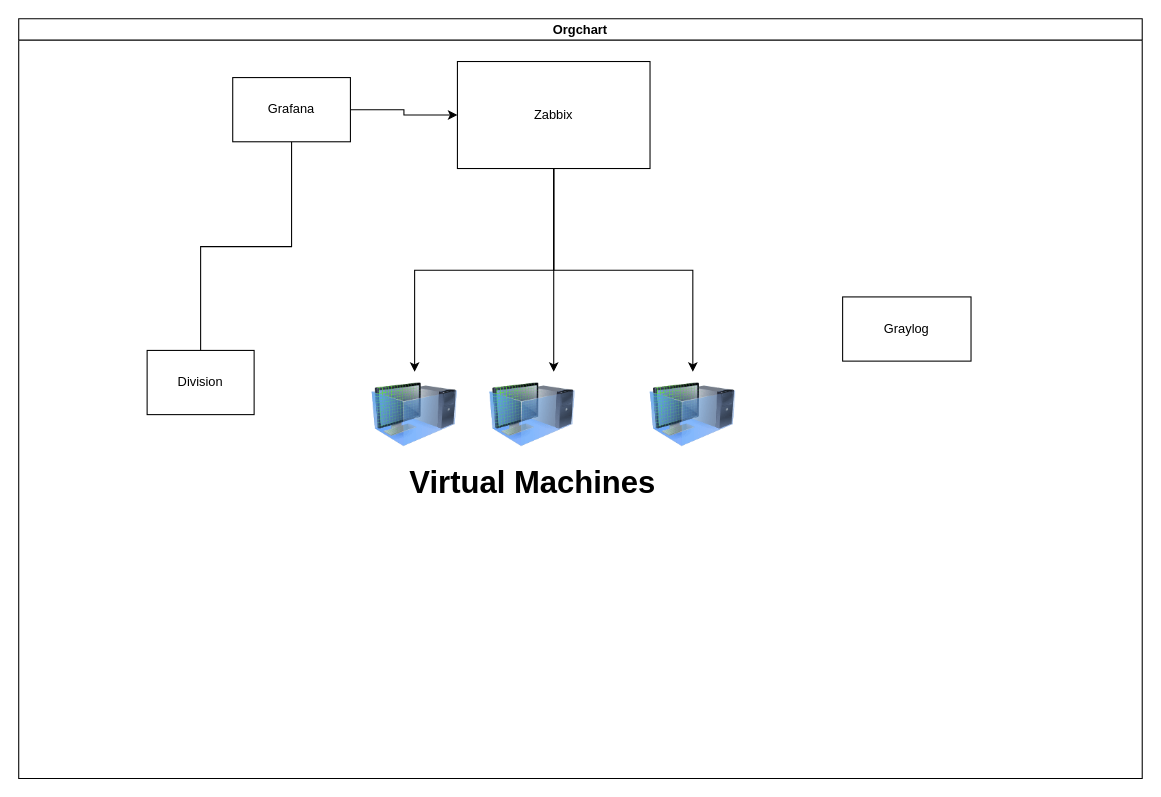
Above: Untitled Diagram.drawio in wesleysilva3310/lab (draw.io), before the change. Source tidied: cells renumbered, new cells numbered last; positions are measured from the earlier drawing's top-left corner, leaving out a move shared by most shapes. Both pictures are drawn from the tidied source at 107%, with x=0, y=0 at pixel (18, 18).
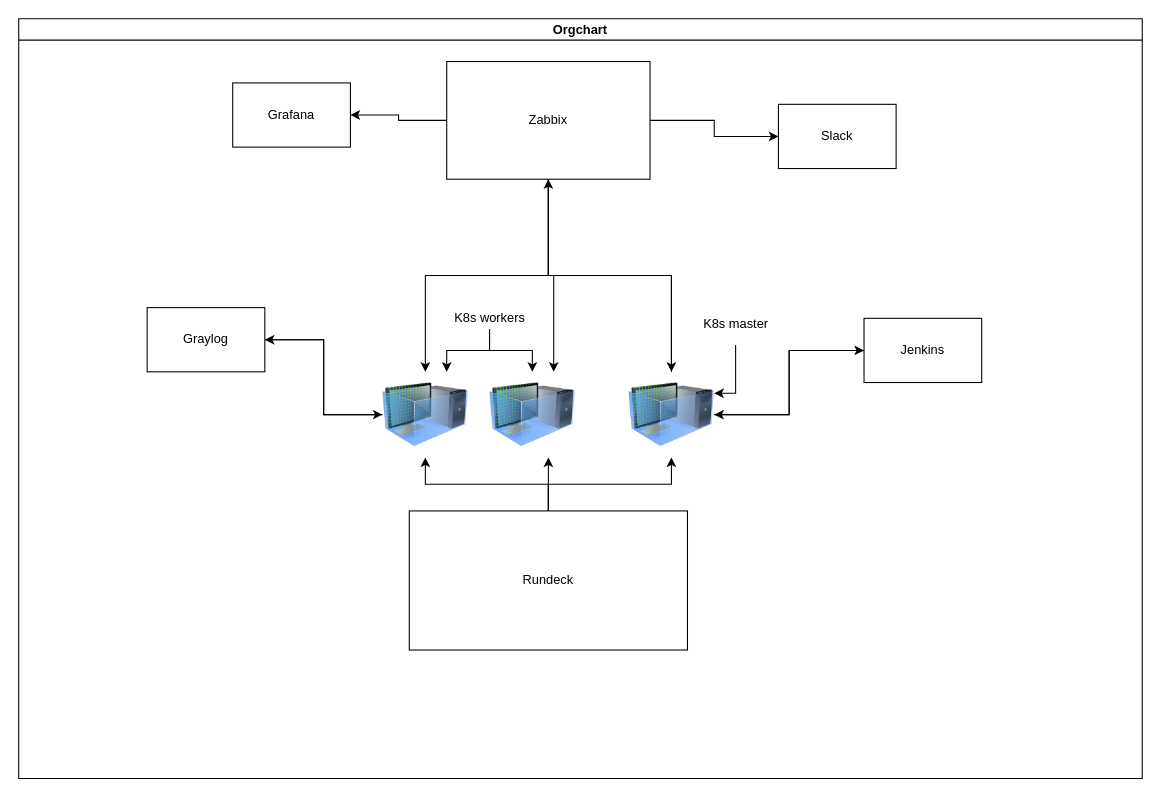
Above is the later version.

Unchanged cells that the change refers to:
```xml
<mxCell id="2" value="Orgchart" style="swimlane;startSize=20;horizontal=1;containerType=tree;newEdgeStyle={&quot;edgeStyle&quot;:&quot;elbowEdgeStyle&quot;,&quot;startArrow&quot;:&quot;none&quot;,&quot;endArrow&quot;:&quot;none&quot;};" parent="1" vertex="1">
  <mxGeometry width="1050" height="710" as="geometry" />
</mxCell>
```

What changed in the source:
```diff
@@
-    <mxCell id="3" style="edgeStyle=elbowEdgeStyle;elbow=vertical;startArrow=none;endArrow=none;rounded=0;" parent="2" edge="1" source="5" target="6">
-      <mxGeometry relative="1" as="geometry" />
-    </mxCell>
-    <mxCell id="4" style="edgeStyle=orthogonalEdgeStyle;rounded=0;jettySize=auto;html=1;entryX=0;entryY=0.5;entryDx=0;entryDy=0;" parent="2" edge="1" source="5" target="10">
-      <mxGeometry relative="1" as="geometry" />
-    </mxCell>
     <mxCell id="5" value="Grafana" style="whiteSpace=wrap;html=1;align=center;newEdgeStyle={&quot;edgeStyle&quot;:&quot;elbowEdgeStyle&quot;,&quot;startArrow&quot;:&quot;none&quot;,&quot;endArrow&quot;:&quot;none&quot;};" parent="2" vertex="1">
-      <mxGeometry x="200" y="55" width="110" height="60" as="geometry" />
+      <mxGeometry x="200" y="60" width="110" height="60" as="geometry" />
     </mxCell>
-    <mxCell id="6" value="Division" style="whiteSpace=wrap;html=1;align=center;verticalAlign=middle;newEdgeStyle={&quot;edgeStyle&quot;:&quot;elbowEdgeStyle&quot;,&quot;startArrow&quot;:&quot;none&quot;,&quot;endArrow&quot;:&quot;none&quot;};" parent="2" vertex="1">
-      <mxGeometry x="120" y="310" width="100" height="60" as="geometry" />
-    </mxCell>
@@
+    <mxCell id="15" style="edgeStyle=orthogonalEdgeStyle;rounded=0;jettySize=auto;html=1;entryX=1;entryY=0.5;entryDx=0;entryDy=0;fontSize=29;" parent="2" edge="1" source="10" target="5">
+      <mxGeometry relative="1" as="geometry" />
+    </mxCell>
+    <mxCell id="16" style="edgeStyle=orthogonalEdgeStyle;rounded=0;jettySize=auto;html=1;entryX=0;entryY=0.5;entryDx=0;entryDy=0;fontSize=12;strokeColor=default;" parent="2" edge="1" source="10" target="30">
+      <mxGeometry relative="1" as="geometry" />
+    </mxCell>
     <mxCell id="10" value="Zabbix" style="whiteSpace=wrap;html=1;align=center;newEdgeStyle={&quot;edgeStyle&quot;:&quot;elbowEdgeStyle&quot;,&quot;startArrow&quot;:&quot;none&quot;,&quot;endArrow&quot;:&quot;none&quot;};" parent="2" vertex="1">
-      <mxGeometry x="410" y="40" width="180" height="100" as="geometry" />
+      <mxGeometry x="400" y="40" width="190" height="110" as="geometry" />
     </mxCell>
-    <mxCell id="11" value="Graylog" style="whiteSpace=wrap;html=1;align=center;newEdgeStyle={&quot;edgeStyle&quot;:&quot;elbowEdgeStyle&quot;,&quot;startArrow&quot;:&quot;none&quot;,&quot;endArrow&quot;:&quot;none&quot;};" parent="2" vertex="1">
-      <mxGeometry x="770" y="260" width="120" height="60" as="geometry" />
-    </mxCell>
+    <mxCell id="17" style="edgeStyle=orthogonalEdgeStyle;rounded=0;jettySize=auto;html=1;entryX=1;entryY=0.5;entryDx=0;entryDy=0;fontSize=29;strokeColor=default;" parent="2" edge="1" source="12" target="11">
+      <mxGeometry relative="1" as="geometry" />
+    </mxCell>
     <mxCell id="12" style="image;html=1;image=img/lib/clip_art/computers/Virtual_Machine_128x128.png;" parent="2" vertex="1">
-      <mxGeometry x="330" y="330" width="80" height="80" as="geometry" />
+      <mxGeometry x="340" y="330" width="80" height="80" as="geometry" />
     </mxCell>
-    <mxCell id="13" value="&lt;b&gt;&lt;font style=&quot;font-size: 29px&quot;&gt;Virtual Machines&lt;/font&gt;&lt;/b&gt;" style="image;html=1;image=img/lib/clip_art/computers/Virtual_Machine_128x128.png;" parent="2" vertex="1">
+    <mxCell id="13" style="image;html=1;image=img/lib/clip_art/computers/Virtual_Machine_128x128.png;" parent="2" vertex="1">
       <mxGeometry x="440" y="330" width="80" height="80" as="geometry" />
     </mxCell>
+    <mxCell id="18" style="edgeStyle=orthogonalEdgeStyle;rounded=0;jettySize=auto;html=1;entryX=0.5;entryY=1;entryDx=0;entryDy=0;fontSize=29;" parent="2" edge="1" source="14" target="10">
+      <mxGeometry relative="1" as="geometry" />
+    </mxCell>
+    <mxCell id="19" style="edgeStyle=orthogonalEdgeStyle;rounded=0;jettySize=auto;html=1;entryX=0;entryY=0.5;entryDx=0;entryDy=0;fontSize=29;strokeColor=default;" parent="2" edge="1" source="14" target="26">
+      <mxGeometry relative="1" as="geometry" />
+    </mxCell>
     <mxCell id="14" style="image;html=1;image=img/lib/clip_art/computers/Virtual_Machine_128x128.png;" parent="2" vertex="1">
-      <mxGeometry x="590" y="330" width="80" height="80" as="geometry" />
+      <mxGeometry x="570" y="330" width="80" height="80" as="geometry" />
     </mxCell>
+    <mxCell id="20" style="edgeStyle=orthogonalEdgeStyle;rounded=0;jettySize=auto;html=1;fontSize=29;" parent="2" edge="1" source="23" target="12">
+      <mxGeometry relative="1" as="geometry">
+        <Array as="points">
+          <mxPoint x="495" y="435" />
+          <mxPoint x="380" y="435" />
+        </Array>
+      </mxGeometry>
+    </mxCell>
+    <mxCell id="21" style="edgeStyle=orthogonalEdgeStyle;rounded=0;jettySize=auto;html=1;fontSize=29;" parent="2" edge="1" source="23" target="13">
+      <mxGeometry relative="1" as="geometry">
+        <Array as="points">
+          <mxPoint x="495" y="435" />
+          <mxPoint x="495" y="435" />
+        </Array>
+      </mxGeometry>
+    </mxCell>
+    <mxCell id="22" style="edgeStyle=orthogonalEdgeStyle;rounded=0;jettySize=auto;html=1;fontSize=29;" parent="2" edge="1" source="23" target="14">
+      <mxGeometry relative="1" as="geometry" />
+    </mxCell>
+    <mxCell id="23" value="Rundeck" style="whiteSpace=wrap;html=1;align=center;newEdgeStyle={&quot;edgeStyle&quot;:&quot;elbowEdgeStyle&quot;,&quot;startArrow&quot;:&quot;none&quot;,&quot;endArrow&quot;:&quot;none&quot;};" parent="2" vertex="1">
+      <mxGeometry x="365" y="460" width="260" height="130" as="geometry" />
+    </mxCell>
+    <mxCell id="24" style="edgeStyle=orthogonalEdgeStyle;rounded=0;jettySize=auto;html=1;entryX=0;entryY=0.5;entryDx=0;entryDy=0;fontSize=29;strokeColor=default;" parent="2" edge="1" source="11" target="12">
+      <mxGeometry relative="1" as="geometry" />
+    </mxCell>
+    <mxCell id="11" value="Graylog" style="whiteSpace=wrap;html=1;align=center;newEdgeStyle={&quot;edgeStyle&quot;:&quot;elbowEdgeStyle&quot;,&quot;startArrow&quot;:&quot;none&quot;,&quot;endArrow&quot;:&quot;none&quot;};" parent="2" vertex="1">
+      <mxGeometry x="120" y="270" width="110" height="60" as="geometry" />
+    </mxCell>
+    <mxCell id="25" style="edgeStyle=orthogonalEdgeStyle;rounded=0;jettySize=auto;html=1;fontSize=29;strokeColor=default;" parent="2" edge="1" source="26" target="14">
+      <mxGeometry relative="1" as="geometry" />
+    </mxCell>
+    <mxCell id="26" value="Jenkins" style="whiteSpace=wrap;html=1;align=center;newEdgeStyle={&quot;edgeStyle&quot;:&quot;elbowEdgeStyle&quot;,&quot;startArrow&quot;:&quot;none&quot;,&quot;endArrow&quot;:&quot;none&quot;};" parent="2" vertex="1">
+      <mxGeometry x="790" y="280" width="110" height="60" as="geometry" />
+    </mxCell>
+    <mxCell id="27" style="edgeStyle=orthogonalEdgeStyle;rounded=0;jettySize=auto;html=1;fontSize=12;strokeColor=default;" parent="2" edge="1" source="29" target="13">
+      <mxGeometry relative="1" as="geometry" />
+    </mxCell>
+    <mxCell id="28" style="edgeStyle=orthogonalEdgeStyle;rounded=0;jettySize=auto;html=1;entryX=0.75;entryY=0;entryDx=0;entryDy=0;fontSize=12;strokeColor=default;" parent="2" edge="1" source="29" target="12">
+      <mxGeometry relative="1" as="geometry" />
+    </mxCell>
+    <mxCell id="29" value="K8s workers" style="text;html=1;align=center;verticalAlign=middle;points=[];strokeColor=none;fillColor=none;fontSize=12;" parent="2" vertex="1">
+      <mxGeometry x="400" y="270" width="80" height="20" as="geometry" />
+    </mxCell>
+    <mxCell id="30" value="Slack" style="whiteSpace=wrap;html=1;align=center;newEdgeStyle={&quot;edgeStyle&quot;:&quot;elbowEdgeStyle&quot;,&quot;startArrow&quot;:&quot;none&quot;,&quot;endArrow&quot;:&quot;none&quot;};" parent="2" vertex="1">
+      <mxGeometry x="710" y="80" width="110" height="60" as="geometry" />
+    </mxCell>
+    <mxCell id="31" style="edgeStyle=orthogonalEdgeStyle;rounded=0;jettySize=auto;html=1;entryX=1;entryY=0.25;entryDx=0;entryDy=0;fontSize=12;strokeColor=default;" parent="1" edge="1" source="32" target="14">
+      <mxGeometry relative="1" as="geometry" />
+    </mxCell>
+    <mxCell id="32" value="&lt;font style=&quot;font-size: 12px&quot;&gt;K8s master&lt;/font&gt;" style="text;html=1;align=center;verticalAlign=middle;points=[];strokeColor=none;fillColor=none;fontSize=29;" parent="1" vertex="1">
+      <mxGeometry x="630" y="255" width="80" height="50" as="geometry" />
+    </mxCell>
```
